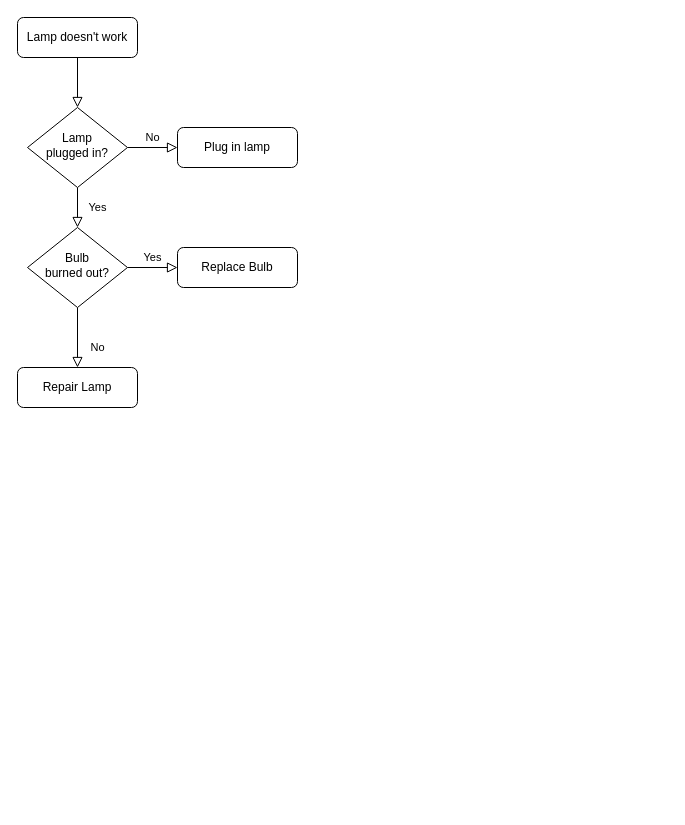
Earlier version of the draw.io diagram ShreemSA_Operations.drawio (AbhishekMitra-AIT/flowcharts). Source tidied: cells renumbered, new cells numbered last; positions are measured from the earlier drawing's top-left corner, leaving out a move shared by most shapes. Both pictures are drawn from the tidied source at 100%, with x=0, y=0 at pixel (17, 17).
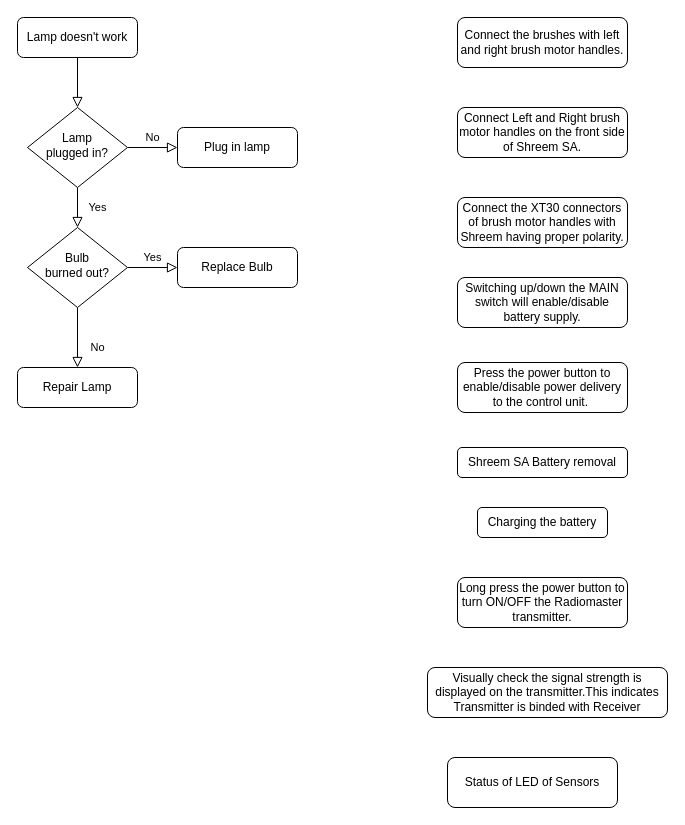
The same diagram, later.

The edit, as a diff of the source:
```diff
@@
+    <mxCell id="13" value="&lt;b style=&quot;font-weight:normal;&quot; id=&quot;docs-internal-guid-2e249a21-7fff-e4dd-7441-454af6d186e4&quot;&gt;&lt;p dir=&quot;ltr&quot; style=&quot;line-height:1.2;text-align: center;margin-top:0pt;margin-bottom:0pt;&quot;&gt;&lt;br&gt;&lt;/p&gt;&lt;/b&gt;" style="text;whiteSpace=wrap;html=1;" parent="1" vertex="1">
+      <mxGeometry x="410" y="20" width="210" height="60" as="geometry" />
+    </mxCell>
+    <mxCell id="14" value="&lt;span style=&quot;font-family: Arial, sans-serif; white-space-collapse: preserve;&quot;&gt;&lt;font&gt;Connect the brushes with left and right brush motor handles.&lt;/font&gt;&lt;/span&gt;" style="rounded=1;whiteSpace=wrap;html=1;fontSize=12;glass=0;strokeWidth=1;shadow=0;" parent="1" vertex="1">
+      <mxGeometry x="440" width="170" height="50" as="geometry" />
+    </mxCell>
+    <mxCell id="15" value="Connect Left and Right brush motor handles on the front side of Shreem SA." style="rounded=1;whiteSpace=wrap;html=1;fontSize=12;glass=0;strokeWidth=1;shadow=0;" parent="1" vertex="1">
+      <mxGeometry x="440" y="90" width="170" height="50" as="geometry" />
+    </mxCell>
+    <mxCell id="16" value="Connect the XT30 connectors of brush motor handles with Shreem having proper polarity." style="rounded=1;whiteSpace=wrap;html=1;fontSize=12;glass=0;strokeWidth=1;shadow=0;" parent="1" vertex="1">
+      <mxGeometry x="440" y="180" width="170" height="50" as="geometry" />
+    </mxCell>
+    <mxCell id="17" value="&lt;div&gt;Switching up/down the MAIN switch will enable/disable battery supply.&lt;/div&gt;" style="rounded=1;whiteSpace=wrap;html=1;fontSize=12;glass=0;strokeWidth=1;shadow=0;" parent="1" vertex="1">
+      <mxGeometry x="440" y="260" width="170" height="50" as="geometry" />
+    </mxCell>
+    <mxCell id="18" value="&lt;div&gt;Press the power button to enable/disable power delivery to the control unit.&amp;nbsp;&lt;/div&gt;" style="rounded=1;whiteSpace=wrap;html=1;fontSize=12;glass=0;strokeWidth=1;shadow=0;" parent="1" vertex="1">
+      <mxGeometry x="440" y="345" width="170" height="50" as="geometry" />
+    </mxCell>
+    <mxCell id="19" value="Shreem SA Battery removal" style="rounded=1;whiteSpace=wrap;html=1;fontSize=12;glass=0;strokeWidth=1;shadow=0;" parent="1" vertex="1">
+      <mxGeometry x="440" y="430" width="170" height="30" as="geometry" />
+    </mxCell>
+    <mxCell id="20" value="&lt;div&gt;Charging the battery&lt;/div&gt;" style="rounded=1;whiteSpace=wrap;html=1;fontSize=12;glass=0;strokeWidth=1;shadow=0;" parent="1" vertex="1">
+      <mxGeometry x="460" y="490" width="130" height="30" as="geometry" />
+    </mxCell>
+    <mxCell id="21" value="&lt;div&gt;Long press the power button to turn ON/OFF the Radiomaster transmitter.&lt;/div&gt;" style="rounded=1;whiteSpace=wrap;html=1;fontSize=12;glass=0;strokeWidth=1;shadow=0;" parent="1" vertex="1">
+      <mxGeometry x="440" y="560" width="170" height="50" as="geometry" />
+    </mxCell>
+    <mxCell id="22" value="Visually check the signal strength is displayed on the transmitter.This indicates Transmitter is binded with Receiver" style="rounded=1;whiteSpace=wrap;html=1;fontSize=12;glass=0;strokeWidth=1;shadow=0;" parent="1" vertex="1">
+      <mxGeometry x="410" y="650" width="240" height="50" as="geometry" />
+    </mxCell>
+    <mxCell id="23" value="Status of LED of Sensors" style="rounded=1;whiteSpace=wrap;html=1;fontSize=12;glass=0;strokeWidth=1;shadow=0;" parent="1" vertex="1">
+      <mxGeometry x="430" y="740" width="170" height="50" as="geometry" />
+    </mxCell>
```
